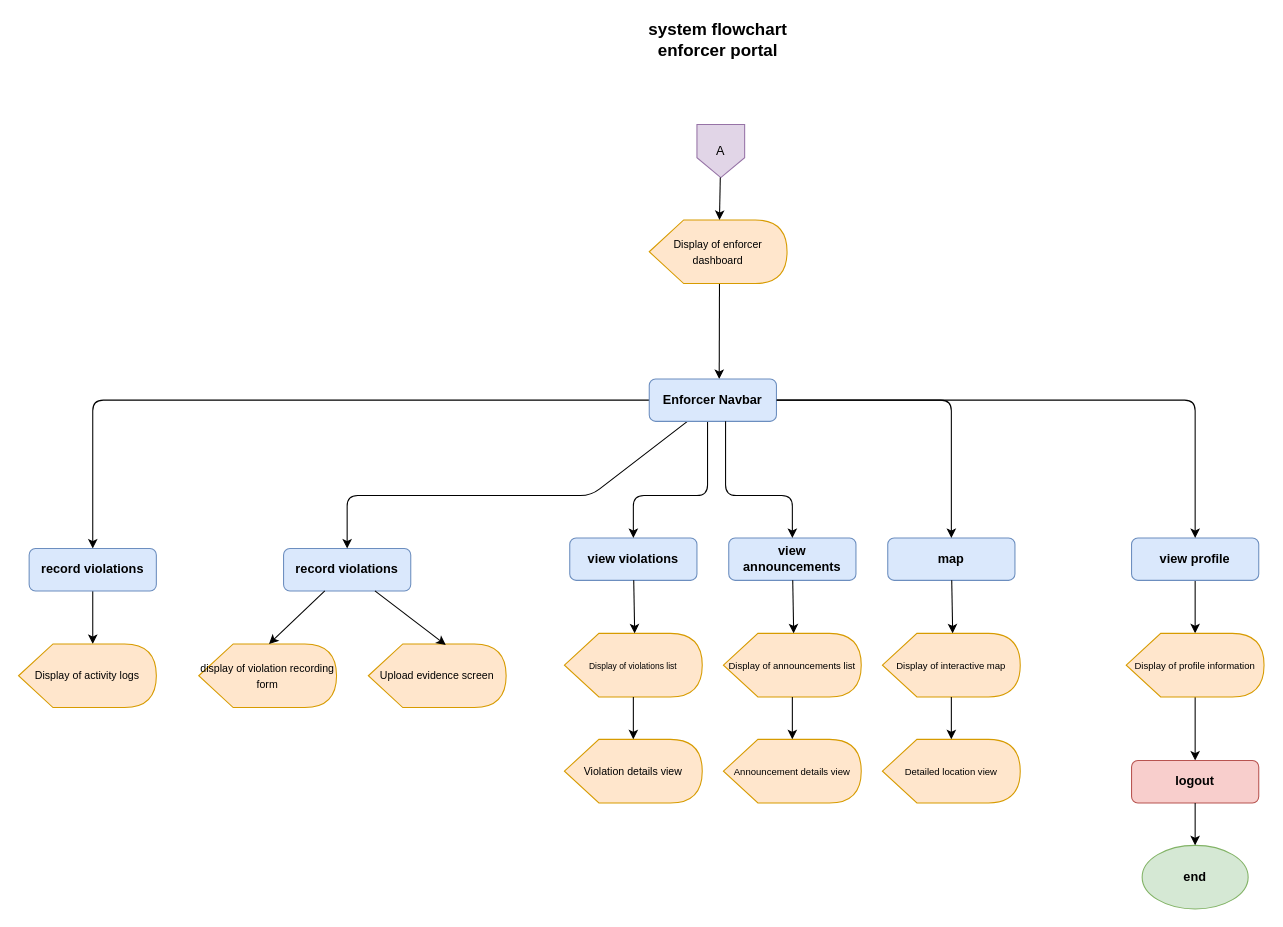
The draw.io diagram enforcer_portal_flowchart.drawio in PotatoLover169/CTTMO-Traffic-violation-Management-System, before the edit. Source tidied: cells renumbered, new cells numbered last; positions are measured from the earlier drawing's top-left corner, leaving out a move shared by most shapes. Both pictures are drawn from the tidied source at 106%, with x=0, y=0 at pixel (18, 18).
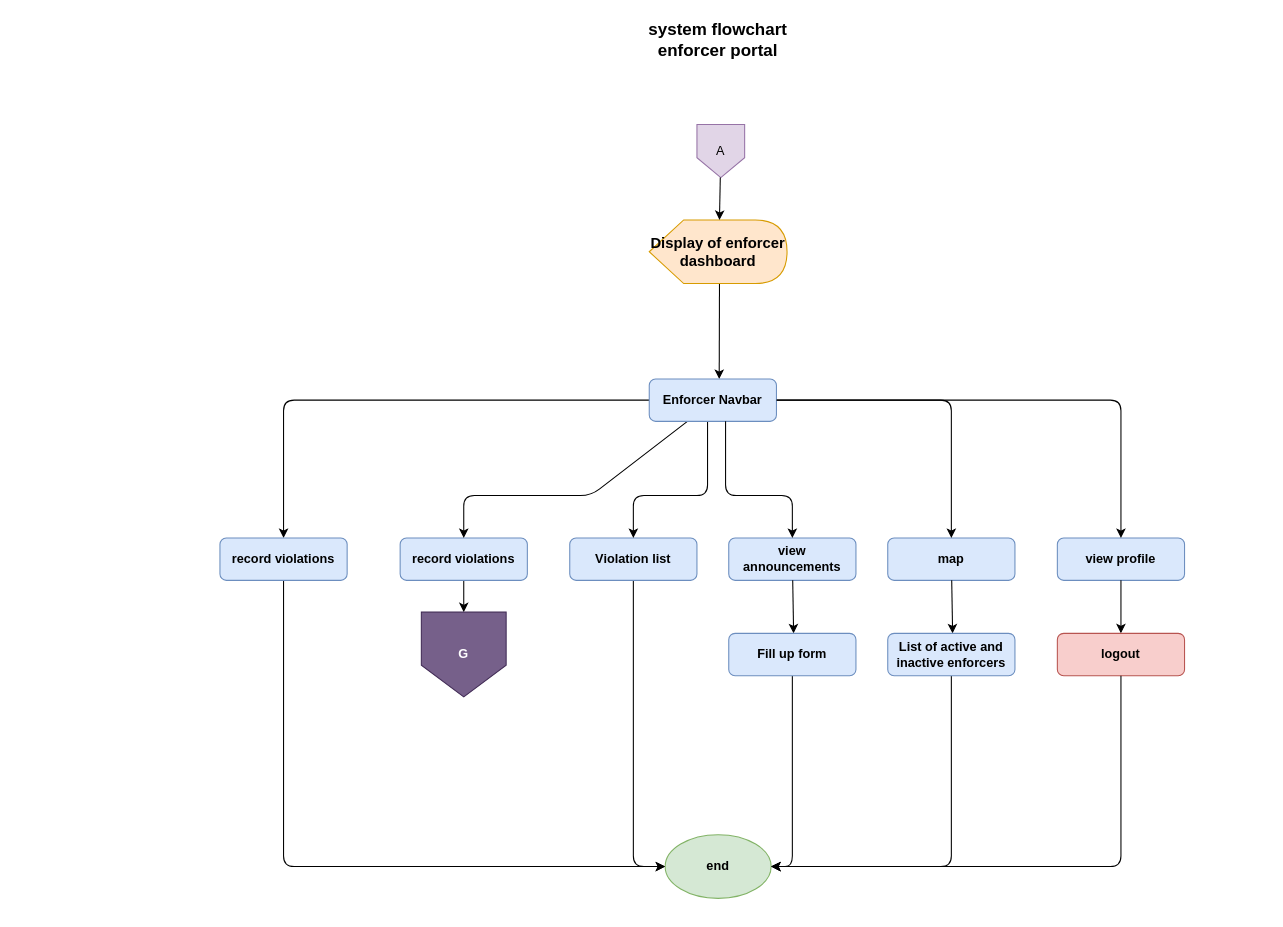
The same page after the edit.

The change refers to these unchanged cells:
```xml
<mxCell id="14" value="Enforcer Navbar" style="rounded=1;whiteSpace=wrap;html=1;fillColor=#dae8fc;strokeColor=#6c8ebf;fontStyle=1;" parent="1" vertex="1">
  <mxGeometry x="595" y="340" width="120" height="40" as="geometry" />
</mxCell>
<mxCell id="24" value="view announcements" style="rounded=1;whiteSpace=wrap;html=1;fillColor=#dae8fc;strokeColor=#6c8ebf;fontStyle=1;" parent="1" vertex="1">
  <mxGeometry x="670" y="490" width="120" height="40" as="geometry" />
</mxCell>
<mxCell id="30" value="map" style="rounded=1;whiteSpace=wrap;html=1;fillColor=#dae8fc;strokeColor=#6c8ebf;fontStyle=1;" parent="1" vertex="1">
  <mxGeometry x="820" y="490" width="120" height="40" as="geometry" />
</mxCell>
```

Change to the diagram source:
```diff
@@
+    <mxCell id="45" style="edgeStyle=none;html=1;entryX=0.5;entryY=0;entryDx=0;entryDy=0;" parent="1" edge="1" source="4" target="48">
+      <mxGeometry relative="1" as="geometry" />
+    </mxCell>
     <mxCell id="4" value="record violations" style="rounded=1;whiteSpace=wrap;html=1;fillColor=#dae8fc;strokeColor=#6c8ebf;fontStyle=1;" parent="1" vertex="1">
-      <mxGeometry x="250" y="500" width="120" height="40" as="geometry" />
+      <mxGeometry x="360" y="490" width="120" height="40" as="geometry" />
     </mxCell>
+    <mxCell id="46" style="edgeStyle=none;html=1;entryX=0;entryY=0.5;entryDx=0;entryDy=0;" parent="1" edge="1" source="5" target="38">
+      <mxGeometry relative="1" as="geometry">
+        <Array as="points">
+          <mxPoint x="580" y="800" />
+        </Array>
+      </mxGeometry>
+    </mxCell>
-    <mxCell id="5" value="view violations" style="rounded=1;whiteSpace=wrap;html=1;fillColor=#dae8fc;strokeColor=#6c8ebf;fontStyle=1;" parent="1" vertex="1">
+    <mxCell id="5" value="Violation list" style="rounded=1;whiteSpace=wrap;html=1;fillColor=#dae8fc;strokeColor=#6c8ebf;fontStyle=1;" parent="1" vertex="1">
       <mxGeometry x="520" y="490" width="120" height="40" as="geometry" />
     </mxCell>
-    <mxCell id="6" style="edgeStyle=none;html=1;" parent="1" edge="1" source="7">
-      <mxGeometry relative="1" as="geometry">
-        <mxPoint x="1110" y="580" as="targetPoint" />
-      </mxGeometry>
-    </mxCell>
     <mxCell id="7" value="view profile" style="rounded=1;whiteSpace=wrap;html=1;fillColor=#dae8fc;strokeColor=#6c8ebf;fontStyle=1;" parent="1" vertex="1">
-      <mxGeometry x="1050" y="490" width="120" height="40" as="geometry" />
+      <mxGeometry x="980" y="490" width="120" height="40" as="geometry" />
     </mxCell>
     <mxCell id="8" style="endArrow=classic;html=1;entryX=0.5;entryY=0;entryDx=0;entryDy=0;exitX=0.3;exitY=1;exitDx=0;exitDy=0;exitPerimeter=0;" parent="1" edge="1" source="14" target="4">
       <mxGeometry relative="1" as="geometry">
         <Array as="points">
           <mxPoint x="540" y="450" />
-          <mxPoint x="310" y="450" />
+          <mxPoint x="420" y="450" />
         </Array>
       </mxGeometry>
     </mxCell>
@@
     <mxCell id="10" style="endArrow=classic;html=1;entryX=0.5;entryY=0;entryDx=0;entryDy=0;exitX=1;exitY=0.5;exitDx=0;exitDy=0;" parent="1" edge="1" source="14" target="7">
       <mxGeometry relative="1" as="geometry">
         <Array as="points">
-          <mxPoint x="1110" y="360" />
+          <mxPoint x="1040" y="360" />
         </Array>
       </mxGeometry>
     </mxCell>
@@
-    <mxCell id="12" value="&lt;span style=&quot;font-size: 10px;&quot;&gt;Display of enforcer dashboard&lt;/span&gt;" style="shape=display;whiteSpace=wrap;html=1;fillColor=#ffe6cc;strokeColor=#d79b00;" parent="1" vertex="1">
+    <mxCell id="12" value="&lt;b style=&quot;&quot;&gt;&lt;font style=&quot;font-size: 14px;&quot;&gt;Display of enforcer dashboard&lt;/font&gt;&lt;/b&gt;" style="shape=display;whiteSpace=wrap;html=1;fillColor=#ffe6cc;strokeColor=#d79b00;" parent="1" vertex="1">
       <mxGeometry x="595" y="190" width="130" height="60" as="geometry" />
     </mxCell>
     <mxCell id="13" style="edgeStyle=none;html=1;entryX=0.5;entryY=0;entryDx=0;entryDy=0;" parent="1" edge="1" source="14" target="41">
       <mxGeometry relative="1" as="geometry">
         <Array as="points">
-          <mxPoint x="70" y="360" />
+          <mxPoint x="250" y="360" />
         </Array>
       </mxGeometry>
     </mxCell>
@@
-    <mxCell id="15" value="&lt;font style=&quot;font-size: 10px;&quot;&gt;display of violation recording form&lt;/font&gt;" style="shape=display;whiteSpace=wrap;html=1;fillColor=#ffe6cc;strokeColor=#d79b00;" parent="1" vertex="1">
-      <mxGeometry x="170" y="590" width="130" height="60" as="geometry" />
-    </mxCell>
-    <mxCell id="16" style="edgeStyle=none;html=1;entryX=0;entryY=0;entryDx=66.25;entryDy=0;entryPerimeter=0;" parent="1" edge="1" source="4" target="15">
-      <mxGeometry relative="1" as="geometry" />
-    </mxCell>
-    <mxCell id="17" value="&lt;font style=&quot;font-size: 8px;&quot;&gt;Display of violations list&lt;/font&gt;" style="shape=display;whiteSpace=wrap;html=1;fillColor=#ffe6cc;strokeColor=#d79b00;" parent="1" vertex="1">
-      <mxGeometry x="515" y="580" width="130" height="60" as="geometry" />
-    </mxCell>
-    <mxCell id="18" style="edgeStyle=none;html=1;entryX=0;entryY=0;entryDx=66.25;entryDy=0;entryPerimeter=0;" parent="1" edge="1" source="5" target="17">
-      <mxGeometry relative="1" as="geometry" />
-    </mxCell>
-    <mxCell id="19" style="edgeStyle=none;html=1;" parent="1" edge="1" source="20" target="37">
+    <mxCell id="19" style="edgeStyle=none;html=1;exitX=0.5;exitY=1;exitDx=0;exitDy=0;" parent="1" edge="1" source="7" target="37">
       <mxGeometry relative="1" as="geometry" />
     </mxCell>
-    <mxCell id="20" value="&lt;font style=&quot;font-size: 9px;&quot;&gt;Display of profile information&lt;/font&gt;" style="shape=display;whiteSpace=wrap;html=1;fillColor=#ffe6cc;strokeColor=#d79b00;" parent="1" vertex="1">
-      <mxGeometry x="1045" y="580" width="130" height="60" as="geometry" />
-    </mxCell>
-    <mxCell id="21" value="&lt;font style=&quot;font-size: 10px;&quot;&gt;Upload evidence screen&lt;/font&gt;" style="shape=display;whiteSpace=wrap;html=1;fillColor=#ffe6cc;strokeColor=#d79b00;" parent="1" vertex="1">
-      <mxGeometry x="330" y="590" width="130" height="60" as="geometry" />
-    </mxCell>
-    <mxCell id="22" value="&lt;font style=&quot;font-size: 10px;&quot;&gt;Violation details view&lt;/font&gt;" style="shape=display;whiteSpace=wrap;html=1;fillColor=#ffe6cc;strokeColor=#d79b00;" parent="1" vertex="1">
-      <mxGeometry x="515" y="680" width="130" height="60" as="geometry" />
-    </mxCell>
-    <mxCell id="23" style="edgeStyle=none;html=1;entryX=0.5;entryY=0;entryDx=0;entryDy=0;entryPerimeter=0;" parent="1" edge="1" source="17" target="22">
-      <mxGeometry relative="1" as="geometry">
-        <Array as="points">
-          <mxPoint x="580" y="660" />
-        </Array>
-      </mxGeometry>
-    </mxCell>
@@
-    <mxCell id="26" value="&lt;font style=&quot;font-size: 9px;&quot;&gt;Display of announcements list&lt;/font&gt;" style="shape=display;whiteSpace=wrap;html=1;fillColor=#ffe6cc;strokeColor=#d79b00;" parent="1" vertex="1">
-      <mxGeometry x="665" y="580" width="130" height="60" as="geometry" />
-    </mxCell>
-    <mxCell id="27" style="edgeStyle=none;html=1;entryX=0;entryY=0;entryDx=66.25;entryDy=0;entryPerimeter=0;" parent="1" edge="1" source="24" target="26">
-      <mxGeometry relative="1" as="geometry" />
+    <mxCell id="27" style="edgeStyle=none;html=1;entryX=0;entryY=0;entryDx=66.25;entryDy=0;entryPerimeter=0;" parent="1" edge="1" source="24">
+      <mxGeometry relative="1" as="geometry">
+        <mxPoint x="731.2" y="580" as="targetPoint" />
+      </mxGeometry>
     </mxCell>
-    <mxCell id="28" value="&lt;font style=&quot;font-size: 9px;&quot;&gt;Announcement details view&lt;/font&gt;" style="shape=display;whiteSpace=wrap;html=1;fillColor=#ffe6cc;strokeColor=#d79b00;" parent="1" vertex="1">
-      <mxGeometry x="665" y="680" width="130" height="60" as="geometry" />
-    </mxCell>
-    <mxCell id="29" style="edgeStyle=none;html=1;entryX=0.5;entryY=0;entryDx=0;entryDy=0;entryPerimeter=0;" parent="1" edge="1" source="26" target="28">
-      <mxGeometry relative="1" as="geometry" />
-    </mxCell>
@@
-    <mxCell id="32" value="&lt;font style=&quot;font-size: 9px;&quot;&gt;Display of interactive map&lt;/font&gt;" style="shape=display;whiteSpace=wrap;html=1;fillColor=#ffe6cc;strokeColor=#d79b00;" parent="1" vertex="1">
-      <mxGeometry x="815" y="580" width="130" height="60" as="geometry" />
-    </mxCell>
-    <mxCell id="33" style="edgeStyle=none;html=1;entryX=0;entryY=0;entryDx=66.25;entryDy=0;entryPerimeter=0;" parent="1" edge="1" source="30" target="32">
-      <mxGeometry relative="1" as="geometry" />
+    <mxCell id="33" style="edgeStyle=none;html=1;entryX=0;entryY=0;entryDx=66.25;entryDy=0;entryPerimeter=0;" parent="1" edge="1" source="30">
+      <mxGeometry relative="1" as="geometry">
+        <mxPoint x="881.2" y="580" as="targetPoint" />
+      </mxGeometry>
     </mxCell>
-    <mxCell id="34" value="&lt;font style=&quot;font-size: 9px;&quot;&gt;Detailed location view&lt;/font&gt;" style="shape=display;whiteSpace=wrap;html=1;fillColor=#ffe6cc;strokeColor=#d79b00;" parent="1" vertex="1">
-      <mxGeometry x="815" y="680" width="130" height="60" as="geometry" />
-    </mxCell>
-    <mxCell id="35" style="edgeStyle=none;html=1;entryX=0.5;entryY=0;entryDx=0;entryDy=0;entryPerimeter=0;" parent="1" edge="1" source="32" target="34">
-      <mxGeometry relative="1" as="geometry" />
-    </mxCell>
-    <mxCell id="36" style="edgeStyle=none;html=1;entryX=0.562;entryY=0.017;entryDx=0;entryDy=0;entryPerimeter=0;" parent="1" edge="1" source="4" target="21">
-      <mxGeometry relative="1" as="geometry" />
-    </mxCell>
     <mxCell id="37" value="logout" style="rounded=1;whiteSpace=wrap;html=1;fillColor=#f8cecc;strokeColor=#b85450;fontStyle=1;" parent="1" vertex="1">
-      <mxGeometry x="1050" y="700" width="120" height="40" as="geometry" />
+      <mxGeometry x="980" y="580" width="120" height="40" as="geometry" />
     </mxCell>
     <mxCell id="38" value="end" style="ellipse;whiteSpace=wrap;html=1;fillColor=#d5e8d4;strokeColor=#82b366;fontStyle=1;" parent="1" vertex="1">
-      <mxGeometry x="1060" y="780" width="100" height="60" as="geometry" />
+      <mxGeometry x="610" y="770" width="100" height="60" as="geometry" />
     </mxCell>
-    <mxCell id="39" style="endArrow=classic;html=1;exitX=0.5;exitY=1;exitDx=0;exitDy=0;entryX=0.5;entryY=0;entryDx=0;entryDy=0;" parent="1" edge="1" source="37" target="38">
-      <mxGeometry relative="1" as="geometry" />
+    <mxCell id="39" style="endArrow=classic;html=1;exitX=0.5;exitY=1;exitDx=0;exitDy=0;entryX=1;entryY=0.5;entryDx=0;entryDy=0;" parent="1" edge="1" source="37" target="38">
+      <mxGeometry relative="1" as="geometry">
+        <Array as="points">
+          <mxPoint x="1040" y="800" />
+        </Array>
+      </mxGeometry>
     </mxCell>
-    <mxCell id="40" style="edgeStyle=none;html=1;" parent="1" edge="1" source="41">
-      <mxGeometry relative="1" as="geometry">
-        <mxPoint x="70" y="590" as="targetPoint" />
-      </mxGeometry>
-    </mxCell>
+    <mxCell id="47" style="edgeStyle=none;html=1;entryX=0;entryY=0.5;entryDx=0;entryDy=0;" parent="1" edge="1" source="41" target="38">
+      <mxGeometry relative="1" as="geometry">
+        <Array as="points">
+          <mxPoint x="250" y="800" />
+        </Array>
+      </mxGeometry>
+    </mxCell>
     <mxCell id="41" value="record violations" style="rounded=1;whiteSpace=wrap;html=1;fillColor=#dae8fc;strokeColor=#6c8ebf;fontStyle=1;" parent="1" vertex="1">
-      <mxGeometry x="10" y="500" width="120" height="40" as="geometry" />
+      <mxGeometry x="190" y="490" width="120" height="40" as="geometry" />
     </mxCell>
-    <mxCell id="42" value="&lt;font style=&quot;font-size: 10px;&quot;&gt;Display of activity logs&lt;/font&gt;" style="shape=display;whiteSpace=wrap;html=1;fillColor=#ffe6cc;strokeColor=#d79b00;" parent="1" vertex="1">
-      <mxGeometry y="590" width="130" height="60" as="geometry" />
-    </mxCell>
@@
+    <mxCell id="48" value="&lt;b&gt;&lt;font style=&quot;color: rgb(255, 255, 255);&quot;&gt;G&lt;/font&gt;&lt;/b&gt;" style="shape=offPageConnector;whiteSpace=wrap;html=1;fillColor=#76608a;fontColor=#ffffff;strokeColor=#432D57;" parent="1" vertex="1">
+      <mxGeometry x="380" y="560" width="80" height="80" as="geometry" />
+    </mxCell>
+    <mxCell id="49" style="edgeStyle=none;html=1;entryX=1;entryY=0.5;entryDx=0;entryDy=0;" parent="1" edge="1" source="50" target="38">
+      <mxGeometry relative="1" as="geometry">
+        <Array as="points">
+          <mxPoint x="730" y="800" />
+        </Array>
+      </mxGeometry>
+    </mxCell>
+    <mxCell id="50" value="Fill up form" style="rounded=1;whiteSpace=wrap;html=1;fillColor=#dae8fc;strokeColor=#6c8ebf;fontStyle=1;" parent="1" vertex="1">
+      <mxGeometry x="670" y="580" width="120" height="40" as="geometry" />
+    </mxCell>
+    <mxCell id="51" style="edgeStyle=none;html=1;" parent="1" edge="1" source="52">
+      <mxGeometry relative="1" as="geometry">
+        <mxPoint x="710" y="800" as="targetPoint" />
+        <Array as="points">
+          <mxPoint x="880" y="800" />
+        </Array>
+      </mxGeometry>
+    </mxCell>
+    <mxCell id="52" value="List of active and inactive enforcers" style="rounded=1;whiteSpace=wrap;html=1;fillColor=#dae8fc;strokeColor=#6c8ebf;fontStyle=1;" parent="1" vertex="1">
+      <mxGeometry x="820" y="580" width="120" height="40" as="geometry" />
+    </mxCell>
```
